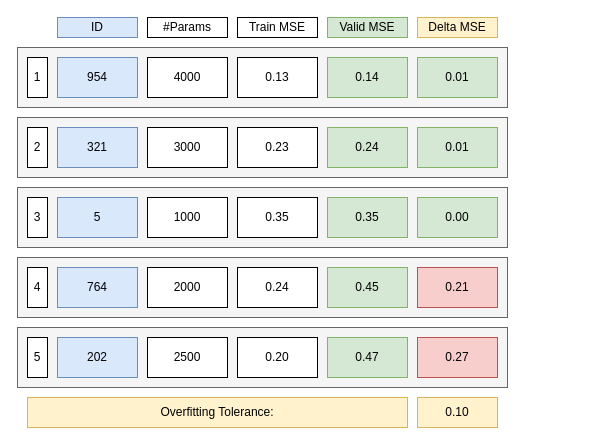
Earlier version of the draw.io diagram ui_mockups/check_validation_report.drawio (Etto48/PMIProject). Source tidied: cells renumbered, new cells numbered last; positions are measured from the earlier drawing's top-left corner, leaving out a move shared by most shapes. Both pictures are drawn from the tidied source at 100%, with x=0, y=0 at pixel (17, 17).
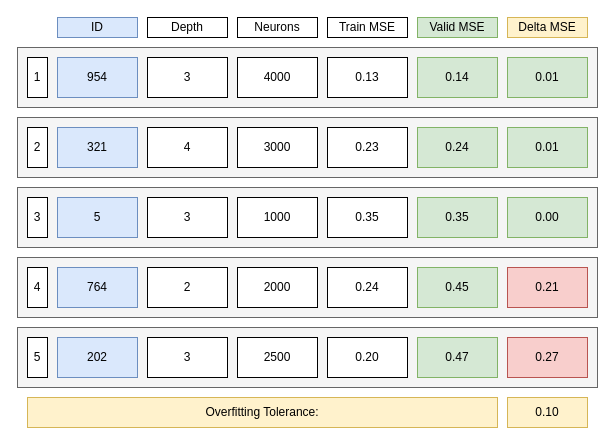
Above is the later version.

What changed in the source:
```diff
@@
     <mxCell id="2" style="rounded=0;whiteSpace=wrap;html=1;fillColor=#f5f5f5;fontColor=#333333;strokeColor=#666666;" parent="1" vertex="1">
-      <mxGeometry y="310" width="490" height="60" as="geometry" />
+      <mxGeometry y="310" width="580" height="60" as="geometry" />
     </mxCell>
     <mxCell id="3" style="rounded=0;whiteSpace=wrap;html=1;fillColor=#f5f5f5;fontColor=#333333;strokeColor=#666666;" parent="1" vertex="1">
-      <mxGeometry y="240" width="490" height="60" as="geometry" />
+      <mxGeometry y="240" width="580" height="60" as="geometry" />
     </mxCell>
     <mxCell id="4" style="rounded=0;whiteSpace=wrap;html=1;fillColor=#f5f5f5;fontColor=#333333;strokeColor=#666666;" parent="1" vertex="1">
-      <mxGeometry y="170" width="490" height="60" as="geometry" />
+      <mxGeometry y="170" width="580" height="60" as="geometry" />
     </mxCell>
     <mxCell id="5" style="rounded=0;whiteSpace=wrap;html=1;fillColor=#f5f5f5;fontColor=#333333;strokeColor=#666666;" parent="1" vertex="1">
-      <mxGeometry y="100" width="490" height="60" as="geometry" />
+      <mxGeometry y="100" width="580" height="60" as="geometry" />
     </mxCell>
     <mxCell id="6" style="rounded=0;whiteSpace=wrap;html=1;fillColor=#f5f5f5;strokeColor=#666666;fontColor=#333333;" parent="1" vertex="1">
-      <mxGeometry y="30" width="490" height="60" as="geometry" />
+      <mxGeometry y="30" width="580" height="60" as="geometry" />
     </mxCell>
@@
     <mxCell id="9" value="Train MSE" style="rounded=0;whiteSpace=wrap;html=1;" parent="1" vertex="1">
-      <mxGeometry x="220" width="80" height="20" as="geometry" />
+      <mxGeometry x="310" width="80" height="20" as="geometry" />
     </mxCell>
     <mxCell id="10" value="Valid MSE" style="rounded=0;whiteSpace=wrap;html=1;fillColor=#d5e8d4;strokeColor=#82b366;" parent="1" vertex="1">
-      <mxGeometry x="310" width="80" height="20" as="geometry" />
+      <mxGeometry x="400" width="80" height="20" as="geometry" />
     </mxCell>
-    <mxCell id="11" value="#Params" style="rounded=0;whiteSpace=wrap;html=1;" parent="1" vertex="1">
+    <mxCell id="11" value="Depth" style="rounded=0;whiteSpace=wrap;html=1;" parent="1" vertex="1">
       <mxGeometry x="130" width="80" height="20" as="geometry" />
     </mxCell>
     <mxCell id="12" value="Delta MSE" style="rounded=0;whiteSpace=wrap;html=1;fillColor=#fff2cc;strokeColor=#d6b656;" parent="1" vertex="1">
-      <mxGeometry x="400" width="80" height="20" as="geometry" />
+      <mxGeometry x="490" width="80" height="20" as="geometry" />
     </mxCell>
-    <mxCell id="13" value="4000" style="rounded=0;whiteSpace=wrap;html=1;" parent="1" vertex="1">
+    <mxCell id="13" value="3" style="rounded=0;whiteSpace=wrap;html=1;" parent="1" vertex="1">
       <mxGeometry x="130" y="40" width="80" height="40" as="geometry" />
     </mxCell>
     <mxCell id="14" value="0.13" style="rounded=0;whiteSpace=wrap;html=1;" parent="1" vertex="1">
-      <mxGeometry x="220" y="40" width="80" height="40" as="geometry" />
+      <mxGeometry x="310" y="40" width="80" height="40" as="geometry" />
     </mxCell>
     <mxCell id="15" value="0.14" style="rounded=0;whiteSpace=wrap;html=1;fillColor=#d5e8d4;strokeColor=#82b366;" parent="1" vertex="1">
-      <mxGeometry x="310" y="40" width="80" height="40" as="geometry" />
+      <mxGeometry x="400" y="40" width="80" height="40" as="geometry" />
     </mxCell>
     <mxCell id="16" value="0.01" style="rounded=0;whiteSpace=wrap;html=1;fillColor=#d5e8d4;strokeColor=#82b366;" parent="1" vertex="1">
-      <mxGeometry x="400" y="40" width="80" height="40" as="geometry" />
+      <mxGeometry x="490" y="40" width="80" height="40" as="geometry" />
     </mxCell>
     <mxCell id="17" value="0.01" style="rounded=0;whiteSpace=wrap;html=1;fillColor=#d5e8d4;strokeColor=#82b366;" parent="1" vertex="1">
-      <mxGeometry x="400" y="110" width="80" height="40" as="geometry" />
+      <mxGeometry x="490" y="110" width="80" height="40" as="geometry" />
     </mxCell>
     <mxCell id="18" value="0.24" style="rounded=0;whiteSpace=wrap;html=1;fillColor=#d5e8d4;strokeColor=#82b366;" parent="1" vertex="1">
-      <mxGeometry x="310" y="110" width="80" height="40" as="geometry" />
+      <mxGeometry x="400" y="110" width="80" height="40" as="geometry" />
     </mxCell>
     <mxCell id="19" value="0.23" style="rounded=0;whiteSpace=wrap;html=1;" parent="1" vertex="1">
-      <mxGeometry x="220" y="110" width="80" height="40" as="geometry" />
+      <mxGeometry x="310" y="110" width="80" height="40" as="geometry" />
     </mxCell>
-    <mxCell id="20" value="3000" style="rounded=0;whiteSpace=wrap;html=1;" parent="1" vertex="1">
+    <mxCell id="20" value="4" style="rounded=0;whiteSpace=wrap;html=1;" parent="1" vertex="1">
       <mxGeometry x="130" y="110" width="80" height="40" as="geometry" />
     </mxCell>
@@
     <mxCell id="22" value="0.00" style="rounded=0;whiteSpace=wrap;html=1;fillColor=#d5e8d4;strokeColor=#82b366;" parent="1" vertex="1">
-      <mxGeometry x="400" y="180" width="80" height="40" as="geometry" />
+      <mxGeometry x="490" y="180" width="80" height="40" as="geometry" />
     </mxCell>
     <mxCell id="23" value="0.35" style="rounded=0;whiteSpace=wrap;html=1;fillColor=#d5e8d4;strokeColor=#82b366;" parent="1" vertex="1">
-      <mxGeometry x="310" y="180" width="80" height="40" as="geometry" />
+      <mxGeometry x="400" y="180" width="80" height="40" as="geometry" />
     </mxCell>
     <mxCell id="24" value="0.35" style="rounded=0;whiteSpace=wrap;html=1;" parent="1" vertex="1">
-      <mxGeometry x="220" y="180" width="80" height="40" as="geometry" />
+      <mxGeometry x="310" y="180" width="80" height="40" as="geometry" />
     </mxCell>
-    <mxCell id="25" value="1000" style="rounded=0;whiteSpace=wrap;html=1;" parent="1" vertex="1">
+    <mxCell id="25" value="3" style="rounded=0;whiteSpace=wrap;html=1;" parent="1" vertex="1">
       <mxGeometry x="130" y="180" width="80" height="40" as="geometry" />
     </mxCell>
@@
     <mxCell id="27" value="0.21" style="rounded=0;whiteSpace=wrap;html=1;fillColor=#f8cecc;strokeColor=#b85450;" parent="1" vertex="1">
-      <mxGeometry x="400" y="250" width="80" height="40" as="geometry" />
+      <mxGeometry x="490" y="250" width="80" height="40" as="geometry" />
     </mxCell>
     <mxCell id="28" value="0.45" style="rounded=0;whiteSpace=wrap;html=1;fillColor=#d5e8d4;strokeColor=#82b366;" parent="1" vertex="1">
-      <mxGeometry x="310" y="250" width="80" height="40" as="geometry" />
+      <mxGeometry x="400" y="250" width="80" height="40" as="geometry" />
     </mxCell>
     <mxCell id="29" value="0.24" style="rounded=0;whiteSpace=wrap;html=1;" parent="1" vertex="1">
-      <mxGeometry x="220" y="250" width="80" height="40" as="geometry" />
+      <mxGeometry x="310" y="250" width="80" height="40" as="geometry" />
     </mxCell>
-    <mxCell id="30" value="2000" style="rounded=0;whiteSpace=wrap;html=1;" parent="1" vertex="1">
+    <mxCell id="30" value="2" style="rounded=0;whiteSpace=wrap;html=1;" parent="1" vertex="1">
       <mxGeometry x="130" y="250" width="80" height="40" as="geometry" />
     </mxCell>
@@
     <mxCell id="32" value="0.27" style="rounded=0;whiteSpace=wrap;html=1;fillColor=#f8cecc;strokeColor=#b85450;" parent="1" vertex="1">
-      <mxGeometry x="400" y="320" width="80" height="40" as="geometry" />
+      <mxGeometry x="490" y="320" width="80" height="40" as="geometry" />
     </mxCell>
     <mxCell id="33" value="0.47" style="rounded=0;whiteSpace=wrap;html=1;fillColor=#d5e8d4;strokeColor=#82b366;" parent="1" vertex="1">
-      <mxGeometry x="310" y="320" width="80" height="40" as="geometry" />
+      <mxGeometry x="400" y="320" width="80" height="40" as="geometry" />
     </mxCell>
     <mxCell id="34" value="0.20" style="rounded=0;whiteSpace=wrap;html=1;" parent="1" vertex="1">
-      <mxGeometry x="220" y="320" width="80" height="40" as="geometry" />
+      <mxGeometry x="310" y="320" width="80" height="40" as="geometry" />
     </mxCell>
-    <mxCell id="35" value="2500" style="rounded=0;whiteSpace=wrap;html=1;" parent="1" vertex="1">
+    <mxCell id="35" value="3" style="rounded=0;whiteSpace=wrap;html=1;" parent="1" vertex="1">
       <mxGeometry x="130" y="320" width="80" height="40" as="geometry" />
     </mxCell>
@@
     <mxCell id="42" value="Overfitting Tolerance:" style="rounded=0;whiteSpace=wrap;html=1;fillColor=#fff2cc;strokeColor=#d6b656;" parent="1" vertex="1">
-      <mxGeometry x="10" y="380" width="380" height="30" as="geometry" />
+      <mxGeometry x="10" y="380" width="470" height="30" as="geometry" />
     </mxCell>
     <mxCell id="43" value="0.10" style="rounded=0;whiteSpace=wrap;html=1;fillColor=#fff2cc;strokeColor=#d6b656;" parent="1" vertex="1">
-      <mxGeometry x="400" y="380" width="80" height="30" as="geometry" />
+      <mxGeometry x="490" y="380" width="80" height="30" as="geometry" />
     </mxCell>
+    <mxCell id="44" value="Neurons" style="rounded=0;whiteSpace=wrap;html=1;" parent="1" vertex="1">
+      <mxGeometry x="220" width="80" height="20" as="geometry" />
+    </mxCell>
+    <mxCell id="45" value="4000" style="rounded=0;whiteSpace=wrap;html=1;" parent="1" vertex="1">
+      <mxGeometry x="220" y="40" width="80" height="40" as="geometry" />
+    </mxCell>
+    <mxCell id="46" value="3000" style="rounded=0;whiteSpace=wrap;html=1;" parent="1" vertex="1">
+      <mxGeometry x="220" y="110" width="80" height="40" as="geometry" />
+    </mxCell>
+    <mxCell id="47" value="1000" style="rounded=0;whiteSpace=wrap;html=1;" parent="1" vertex="1">
+      <mxGeometry x="220" y="180" width="80" height="40" as="geometry" />
+    </mxCell>
+    <mxCell id="48" value="2000" style="rounded=0;whiteSpace=wrap;html=1;" parent="1" vertex="1">
+      <mxGeometry x="220" y="250" width="80" height="40" as="geometry" />
+    </mxCell>
+    <mxCell id="49" value="2500" style="rounded=0;whiteSpace=wrap;html=1;" parent="1" vertex="1">
+      <mxGeometry x="220" y="320" width="80" height="40" as="geometry" />
+    </mxCell>
```
